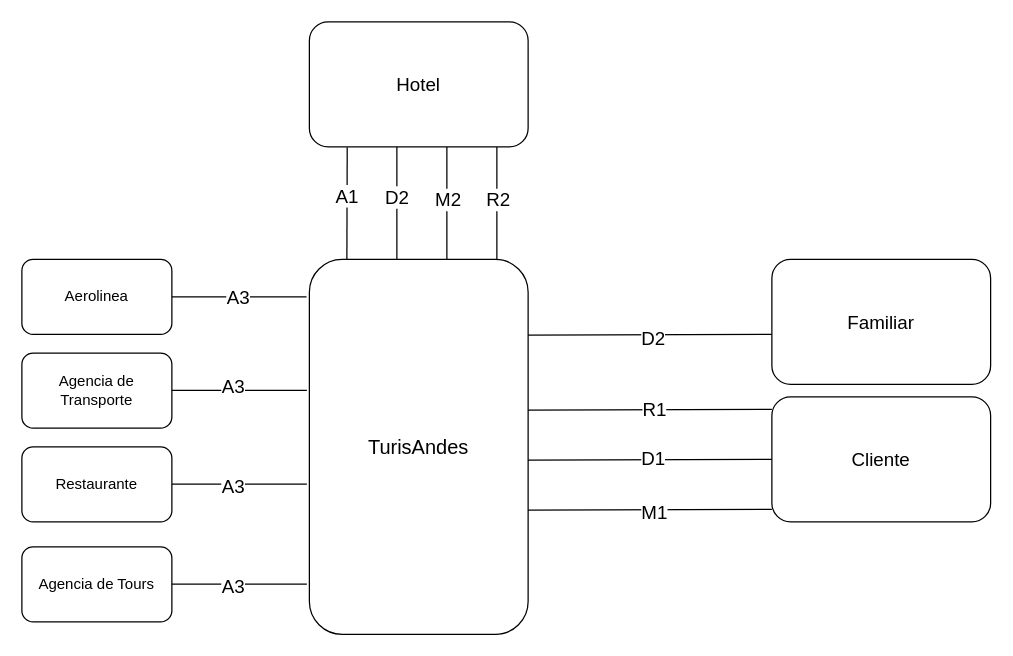
Earlier version of the draw.io diagram parcial2/Taller1.drawio (David-Fuq/Parcial2_SW). Source tidied: cells renumbered, new cells numbered last; positions are measured from the earlier drawing's top-left corner, leaving out a move shared by most shapes. Both pictures are drawn from the tidied source at 125%, with x=0, y=0 at pixel (21, 21).
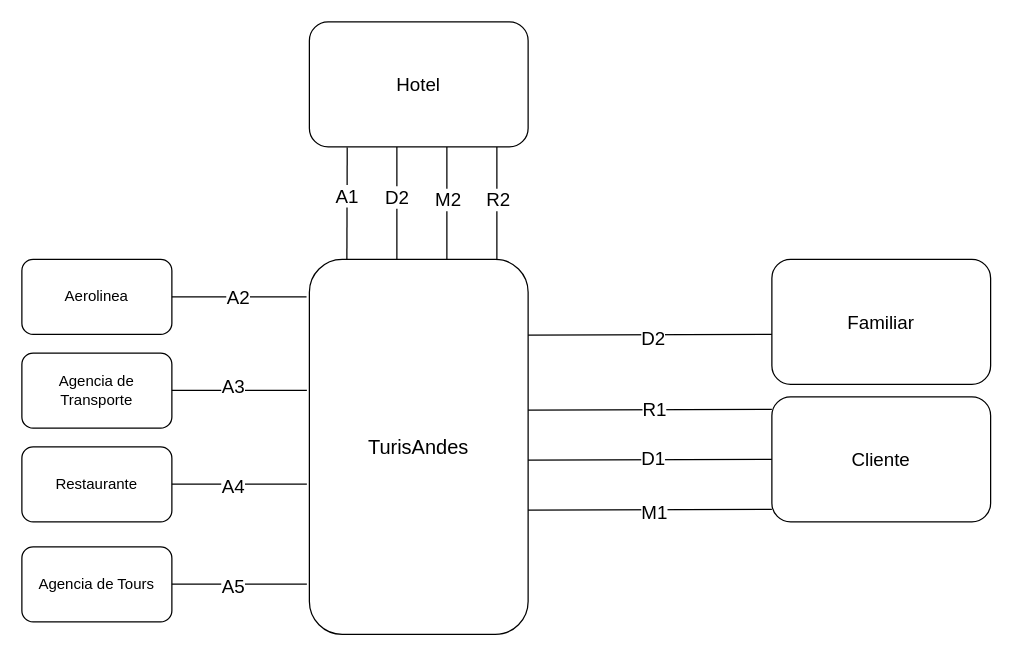
The same page after the edit.

Unchanged cells that the change refers to:
```xml
<mxCell id="26" style="endArrow=none;html=1;rounded=0;entryX=-0.013;entryY=0.1;entryDx=0;entryDy=0;entryPerimeter=0;" parent="1" edge="1" target="2">
  <mxGeometry relative="1" as="geometry">
    <mxPoint x="120" y="220" as="sourcePoint" />
  </mxGeometry>
</mxCell>
```

Change to the diagram source:
```diff
@@
-    <mxCell id="27" value="A3" style="edgeLabel;html=1;align=center;verticalAlign=middle;fontSize=15;" parent="26" vertex="1">
+    <mxCell id="27" value="A2" style="edgeLabel;html=1;align=center;verticalAlign=middle;fontSize=15;" parent="26" vertex="1">
       <mxGeometry x="-0.04" y="1" relative="1" as="geometry" />
     </mxCell>
@@
-    <mxCell id="32" value="A3" style="edgeLabel;html=1;align=center;verticalAlign=middle;fontSize=15;" parent="1" vertex="1">
+    <mxCell id="32" value="A4" style="edgeLabel;html=1;align=center;verticalAlign=middle;fontSize=15;" parent="1" vertex="1">
       <mxGeometry x="181.7" y="300" as="geometry">
         <mxPoint x="-13" y="70" as="offset" />
       </mxGeometry>
     </mxCell>
-    <mxCell id="33" value="A3" style="edgeLabel;html=1;align=center;verticalAlign=middle;fontSize=15;" parent="1" vertex="1">
+    <mxCell id="33" value="A5" style="edgeLabel;html=1;align=center;verticalAlign=middle;fontSize=15;" parent="1" vertex="1">
       <mxGeometry x="181.7" y="380" as="geometry">
         <mxPoint x="-13" y="70" as="offset" />
       </mxGeometry>
     </mxCell>
```
